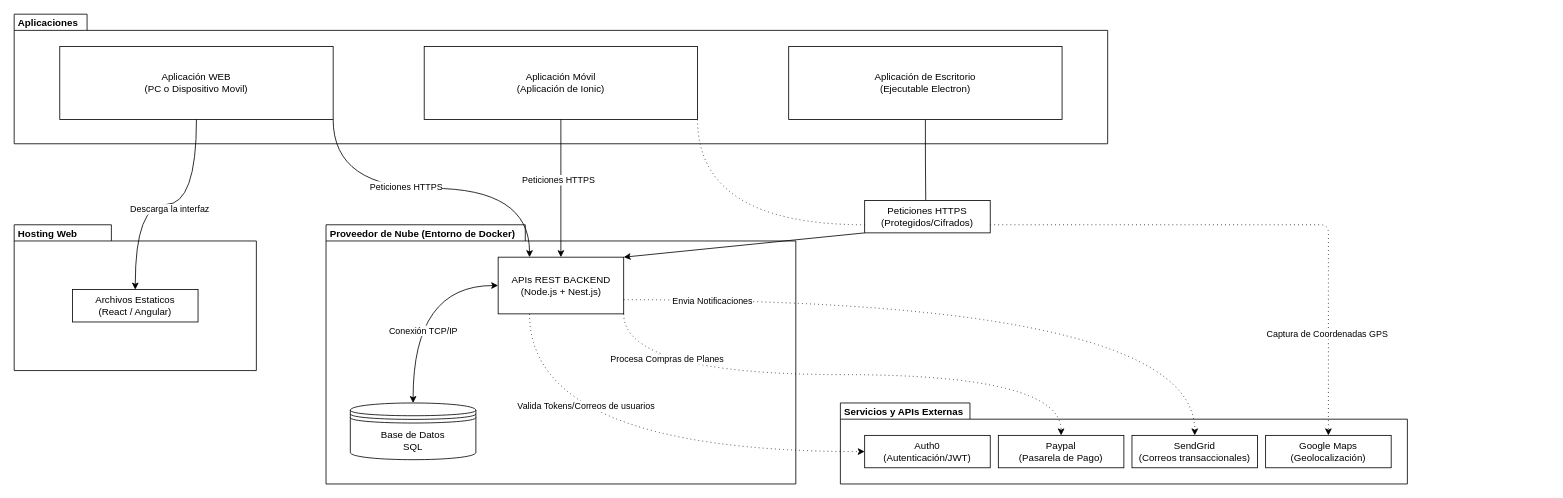
This is Fase 2/Evidencias Proyecto/Evidencias de documentación/4.3 Arquitectura/Diagrama de Arquitectura.drawio from Mtipla/EMRGEN, a draw.io file, before an edit. Source tidied: cells renumbered, new cells numbered last; positions are measured from the earlier drawing's top-left corner, leaving out a move shared by most shapes. Both pictures are drawn from the tidied source at 81%, with x=0, y=0 at pixel (14, 14).
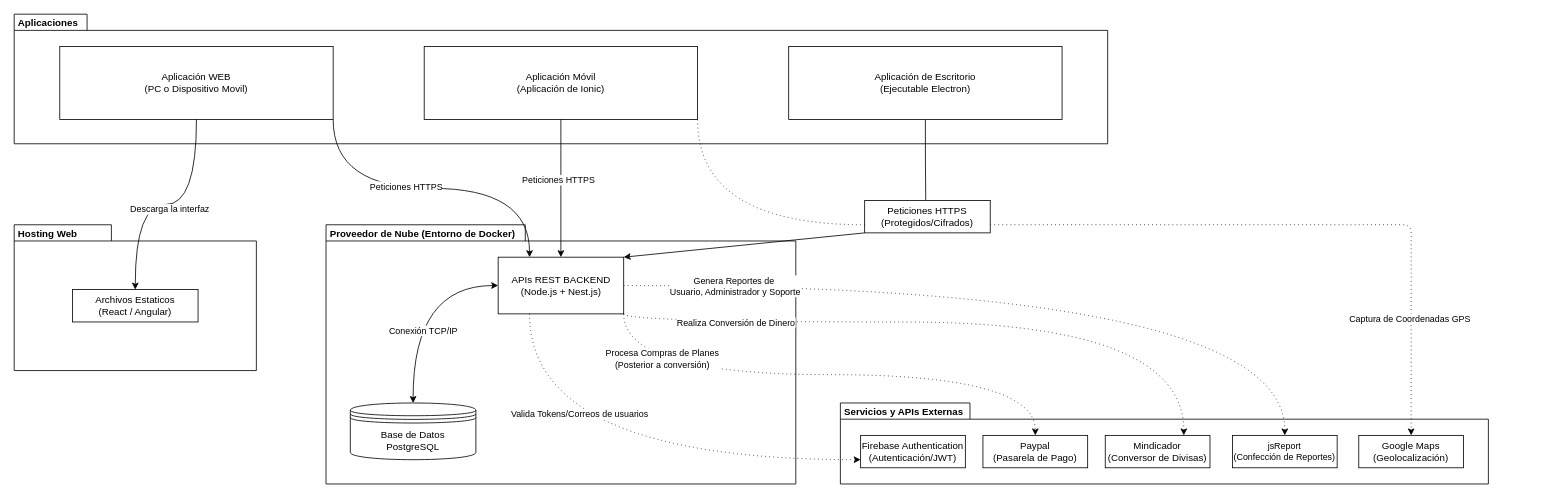
The same diagram, later.

Unchanged cells that the change refers to:
```xml
<mxCell id="15" style="group;" parent="1" vertex="1">
  <mxGeometry x="385" y="260" width="580" height="320" as="geometry" />
</mxCell>
<mxCell id="19" value="APIs REST BACKEND&lt;br&gt;(Node.js + Nest.js)" style="html=1;whiteSpace=wrap;" parent="15" vertex="1">
  <mxGeometry x="212.5" y="40" width="155" height="70" as="geometry" />
</mxCell>
<mxCell id="34" style="edgeStyle=orthogonalEdgeStyle;rounded=0;jettySize=auto;html=1;exitX=1;exitY=1;exitDx=0;exitDy=0;entryX=0.5;entryY=0;entryDx=0;entryDy=0;curved=1;dashed=1;dashPattern=1 4;" parent="1" edge="1" source="19" target="6">
  <mxGeometry relative="1" as="geometry" />
</mxCell>
```

Diff of the diagram source:
```diff
@@
-    <mxCell id="3" style="group;" parent="1" vertex="1">
-      <mxGeometry x="1020" y="480" width="875" height="100" as="geometry" />
+    <mxCell id="3" style="group;fontSize=11;" parent="1" vertex="1">
+      <mxGeometry x="1020" y="480" width="800" height="100" as="geometry" />
     </mxCell>
     <mxCell id="4" value="Servicios y APIs Externas" style="shape=folder;fontStyle=1;spacingTop=-6;tabWidth=160;tabHeight=20;tabPosition=left;html=1;whiteSpace=wrap;verticalAlign=top;align=left;labelBackgroundColor=none;convertToSvg=0;svgWhiteSpace=wrap;spacing=5;spacingLeft=0;" parent="3" vertex="1">
-      <mxGeometry width="700" height="100" as="geometry" />
+      <mxGeometry width="800" height="100" as="geometry" />
     </mxCell>
-    <mxCell id="5" value="Auth0&lt;br&gt;(Autenticación/JWT)" style="html=1;whiteSpace=wrap;" parent="3" vertex="1">
-      <mxGeometry x="30" y="40" width="155" height="40" as="geometry" />
+    <mxCell id="5" value="Firebase Authentication&lt;br&gt;(Autenticación/JWT)" style="html=1;whiteSpace=wrap;" parent="3" vertex="1">
+      <mxGeometry x="25" y="40" width="129.3" height="40" as="geometry" />
     </mxCell>
     <mxCell id="6" value="Paypal&lt;br&gt;(Pasarela de Pago)" style="html=1;whiteSpace=wrap;" parent="3" vertex="1">
-      <mxGeometry x="195" y="40" width="155" height="40" as="geometry" />
+      <mxGeometry x="176" y="40" width="129.3" height="40" as="geometry" />
     </mxCell>
-    <mxCell id="7" value="SendGrid&lt;br&gt;(Correos transaccionales)" style="html=1;whiteSpace=wrap;" parent="3" vertex="1">
-      <mxGeometry x="360" y="40" width="155" height="40" as="geometry" />
-    </mxCell>
     <mxCell id="8" value="Google Maps&lt;br&gt;(Geolocalización)" style="html=1;whiteSpace=wrap;" parent="3" vertex="1">
-      <mxGeometry x="525" y="40" width="155" height="40" as="geometry" />
+      <mxGeometry x="640" y="40" width="129.3" height="40" as="geometry" />
     </mxCell>
+    <mxCell id="39" value="Mindicador&lt;br&gt;(Conversor de Divisas)" style="html=1;whiteSpace=wrap;" parent="3" vertex="1">
+      <mxGeometry x="327" y="40" width="129.3" height="40" as="geometry" />
+    </mxCell>
+    <mxCell id="40" value="&lt;font&gt;jsReport&lt;br&gt;(Confección de Reportes)&lt;/font&gt;" style="html=1;whiteSpace=wrap;fontSize=11;" parent="3" vertex="1">
+      <mxGeometry x="484" y="40" width="129.3" height="40" as="geometry" />
+    </mxCell>
@@
-    <mxCell id="20" value="Base de Datos&lt;br&gt;SQL" style="shape=datastore;whiteSpace=wrap;html=1;" parent="15" vertex="1">
+    <mxCell id="20" value="Base de Datos&lt;br&gt;PostgreSQL" style="shape=datastore;whiteSpace=wrap;html=1;" parent="15" vertex="1">
       <mxGeometry x="30" y="220" width="155" height="70" as="geometry" />
     </mxCell>
@@
-    <mxCell id="32" style="edgeStyle=orthogonalEdgeStyle;rounded=0;jettySize=auto;html=1;exitX=1;exitY=0.75;exitDx=0;exitDy=0;entryX=0.5;entryY=0;entryDx=0;entryDy=0;curved=1;dashed=1;dashPattern=1 4;" parent="1" edge="1" source="19" target="7">
-      <mxGeometry relative="1" as="geometry" />
-    </mxCell>
-    <mxCell id="33" value="Envia Notificaciones" style="edgeLabel;html=1;align=center;verticalAlign=middle;" parent="32" vertex="1">
-      <mxGeometry x="-0.75" y="-1" relative="1" as="geometry" />
-    </mxCell>
@@
-    <mxCell id="35" value="Procesa Compras de Planes" style="edgeLabel;html=1;align=center;verticalAlign=middle;" parent="34" vertex="1">
+    <mxCell id="35" value="Procesa Compras de Planes&lt;div&gt;(Posterior a conversión)&lt;/div&gt;" style="edgeLabel;html=1;align=center;verticalAlign=middle;" parent="34" vertex="1">
       <mxGeometry x="-0.63" y="20" relative="1" as="geometry" />
     </mxCell>
-    <mxCell id="36" style="edgeStyle=orthogonalEdgeStyle;rounded=0;jettySize=auto;html=1;exitX=0.25;exitY=1;exitDx=0;exitDy=0;entryX=0;entryY=0.5;entryDx=0;entryDy=0;curved=1;dashed=1;dashPattern=1 4;" parent="1" edge="1" source="19" target="5">
-      <mxGeometry relative="1" as="geometry" />
+    <mxCell id="36" style="edgeStyle=orthogonalEdgeStyle;rounded=0;jettySize=auto;html=1;exitX=0.25;exitY=1;exitDx=0;exitDy=0;curved=1;dashed=1;dashPattern=1 4;entryX=0;entryY=0.75;entryDx=0;entryDy=0;" parent="1" edge="1" source="19" target="5">
+      <mxGeometry relative="1" as="geometry">
+        <Array as="points">
+          <mxPoint x="636.3" y="550" />
+        </Array>
+      </mxGeometry>
     </mxCell>
@@
+    <mxCell id="41" style="edgeStyle=orthogonalEdgeStyle;rounded=0;jettySize=auto;html=1;exitX=1;exitY=1;exitDx=0;exitDy=0;entryX=0.75;entryY=0;entryDx=0;entryDy=0;curved=1;dashed=1;dashPattern=1 4;" parent="1" edge="1" source="19" target="39">
+      <mxGeometry relative="1" as="geometry">
+        <Array as="points">
+          <mxPoint x="752.5" y="380" />
+          <mxPoint x="1444" y="380" />
+        </Array>
+      </mxGeometry>
+    </mxCell>
+    <mxCell id="42" value="Realiza Conversión de Diner&lt;span style=&quot;background-color: light-dark(#ffffff, var(--ge-dark-color, #121212)); color: light-dark(rgb(0, 0, 0), rgb(255, 255, 255));&quot;&gt;o&lt;/span&gt;" style="edgeLabel;html=1;align=center;verticalAlign=middle;" parent="41" vertex="1">
+      <mxGeometry x="-0.63" y="20" relative="1" as="geometry">
+        <mxPoint x="-8" y="20" as="offset" />
+      </mxGeometry>
+    </mxCell>
+    <mxCell id="43" style="edgeStyle=orthogonalEdgeStyle;rounded=0;jettySize=auto;html=1;exitX=1;exitY=0.5;exitDx=0;exitDy=0;entryX=0.5;entryY=0;entryDx=0;entryDy=0;curved=1;dashed=1;dashPattern=1 4;" parent="1" edge="1" source="19" target="40">
+      <mxGeometry relative="1" as="geometry" />
+    </mxCell>
+    <mxCell id="44" value="Genera Reportes de&amp;nbsp;&lt;div&gt;Usuario, Administrador y Soporte&lt;/div&gt;" style="edgeLabel;html=1;align=center;verticalAlign=middle;" parent="43" vertex="1">
+      <mxGeometry x="-0.41" y="-8" relative="1" as="geometry">
+        <mxPoint x="-158" y="-8" as="offset" />
+      </mxGeometry>
+    </mxCell>
```
